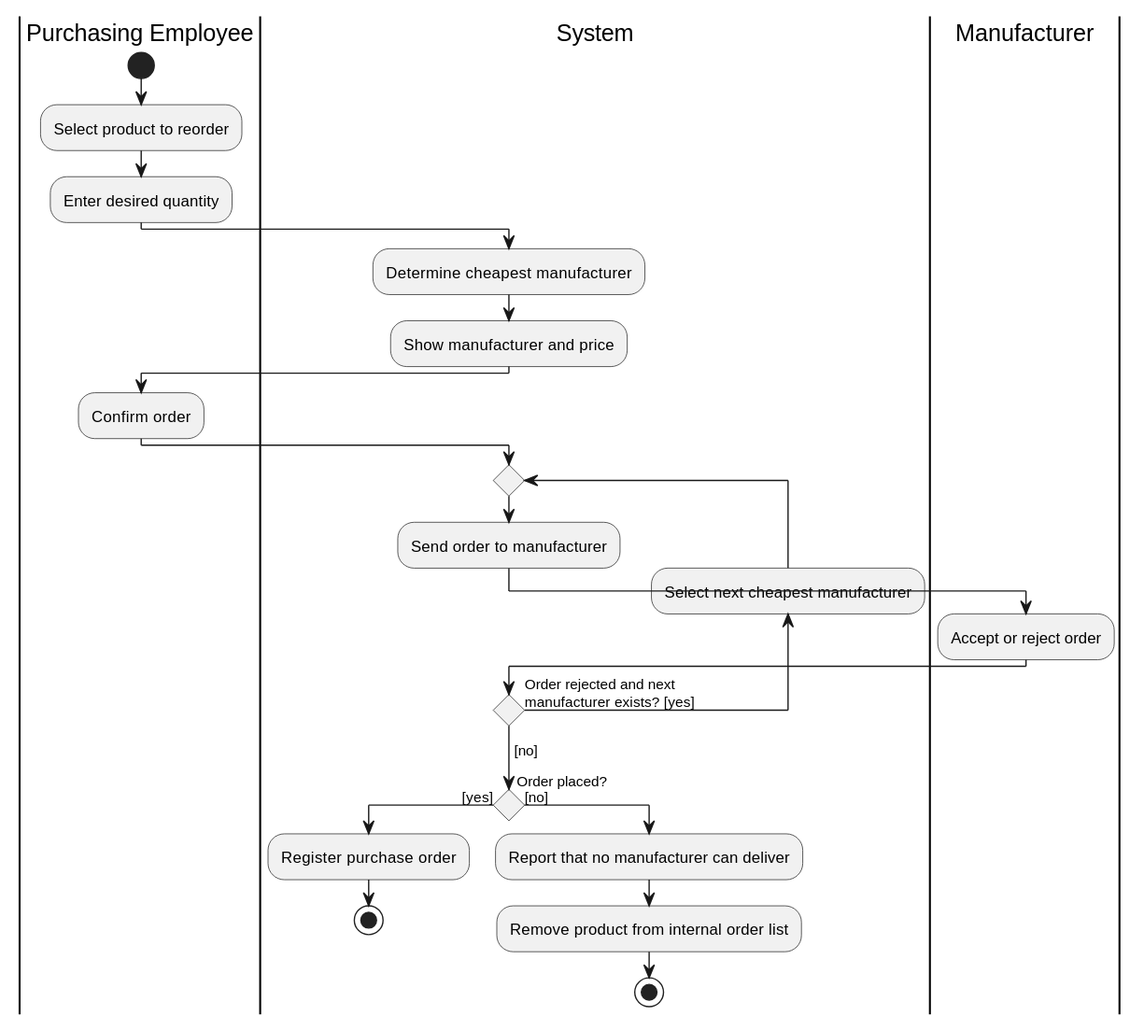
ViktorQorri/Project-Timaflu keeps this PlantUML diagram as Documentation/Architecture/uml/export/activity_diagrams/AD02_Reorder_products.svg. Above is the earlier version. Its diagram source:
```plantuml
@startuml
skinparam conditionStyle diamond
skinparam ConditionEndStyle diamond
skinparam ActivityDiamondFontSize 11
|Purchasing Employee|
start
:Select product to reorder;
:Enter desired quantity;
|System|
:Determine cheapest manufacturer;
:Show manufacturer and price;
|Purchasing Employee|
:Confirm order;
|System|
repeat
  :Send order to manufacturer;
  |Manufacturer|
  :Accept or reject order;
  |System|
backward :Select next cheapest manufacturer;
repeat while (Order rejected and next\nmanufacturer exists? [yes]) is ([yes])
->[no];
if (Order placed?) then ([yes])
  :Register purchase order;
  stop
else ([no])
  :Report that no manufacturer can deliver;
  :Remove product from internal order list;
  stop
endif
@enduml
```
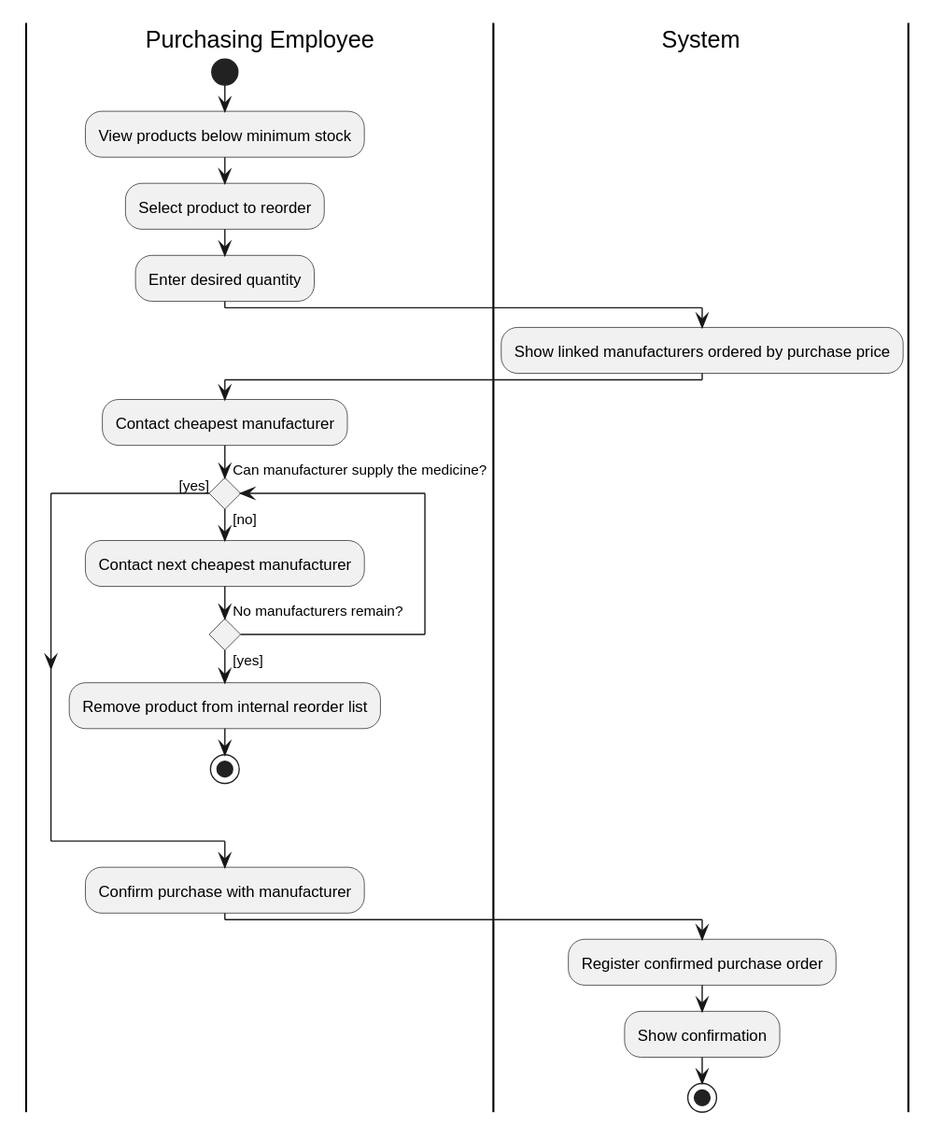
Above is the later version.

Commit message:
Correct minimum-stock purchasing activity and refresh diagrams

What changed in the source:
```diff
@@ -4,28 +4,23 @@
 skinparam ActivityDiamondFontSize 11
 |Purchasing Employee|
 start
+:View products below minimum stock;
 :Select product to reorder;
 :Enter desired quantity;
 |System|
-:Determine cheapest manufacturer;
-:Show manufacturer and price;
+:Show linked manufacturers ordered by purchase price;
 |Purchasing Employee|
-:Confirm order;
+:Contact cheapest manufacturer;
+while (Can manufacturer supply the medicine?) is ([no])
+  :Contact next cheapest manufacturer;
+  if (No manufacturers remain?) then ([yes])
+    :Remove product from internal reorder list;
+    stop
+  endif
+endwhile ([yes])
+:Confirm purchase with manufacturer;
 |System|
-repeat
-  :Send order to manufacturer;
-  |Manufacturer|
-  :Accept or reject order;
-  |System|
-backward :Select next cheapest manufacturer;
-repeat while (Order rejected and next\nmanufacturer exists? [yes]) is ([yes])
-->[no];
-if (Order placed?) then ([yes])
-  :Register purchase order;
-  stop
-else ([no])
-  :Report that no manufacturer can deliver;
-  :Remove product from internal order list;
-  stop
-endif
+:Register confirmed purchase order;
+:Show confirmation;
+stop
 @enduml
```
